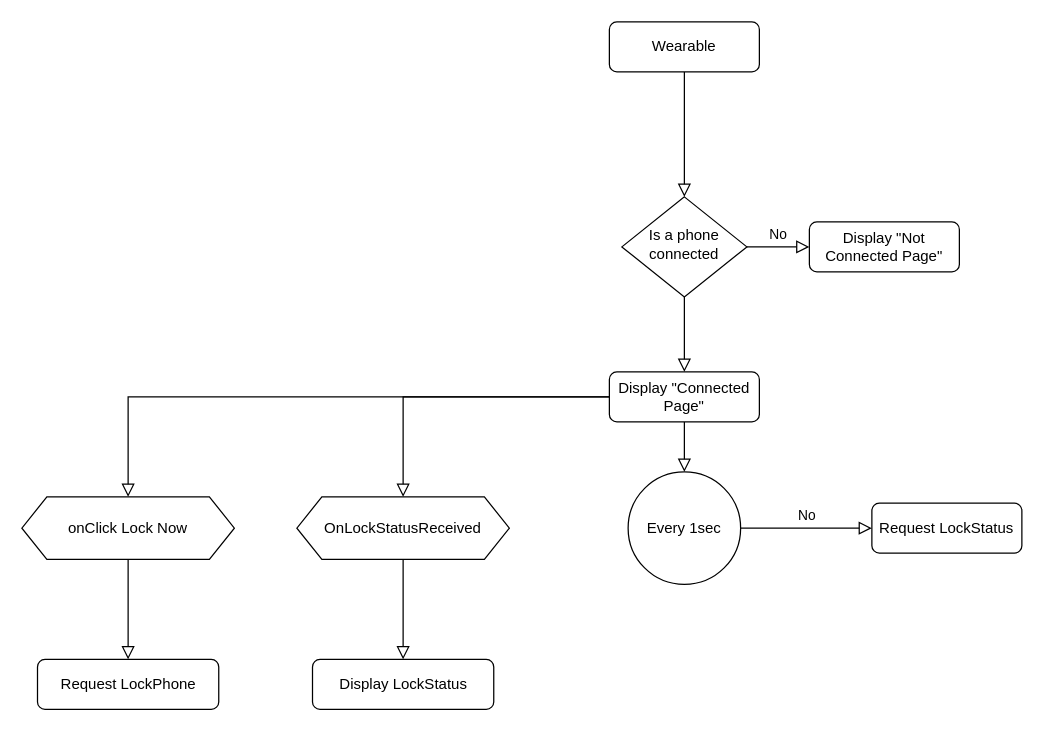
emilkrebs/WatchLock keeps this draw.io diagram as WatchLock.drawio. Above is the earlier version. Source tidied: cells renumbered, new cells numbered last; positions are measured from the earlier drawing's top-left corner, leaving out a move shared by most shapes. Both pictures are drawn from the tidied source at 125%, with x=0, y=0 at pixel (21, 21).
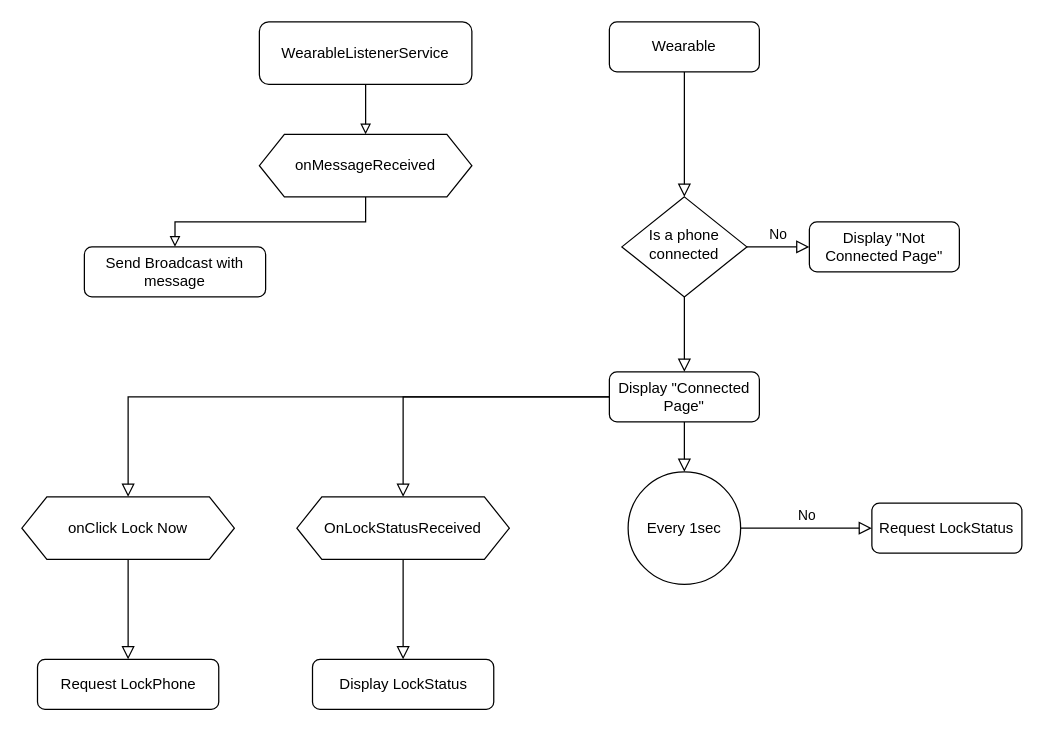
Above is the later version.

Change to the diagram source:
```diff
@@
+    <mxCell id="21" style="edgeStyle=orthogonalEdgeStyle;rounded=0;jettySize=auto;html=1;endArrow=block;endFill=0;" parent="1" edge="1" source="22" target="25">
+      <mxGeometry relative="1" as="geometry" />
+    </mxCell>
+    <mxCell id="22" value="onMessageReceived" style="shape=hexagon;perimeter=hexagonPerimeter2;whiteSpace=wrap;html=1;fixedSize=1;" parent="1" vertex="1">
+      <mxGeometry x="190" y="90" width="170" height="50" as="geometry" />
+    </mxCell>
+    <mxCell id="23" style="edgeStyle=orthogonalEdgeStyle;rounded=0;jettySize=auto;html=1;endArrow=block;endFill=0;" parent="1" edge="1" source="24" target="22">
+      <mxGeometry relative="1" as="geometry" />
+    </mxCell>
+    <mxCell id="24" value="WearableListenerService" style="rounded=1;whiteSpace=wrap;html=1;fontSize=12;glass=0;strokeWidth=1;shadow=0;" parent="1" vertex="1">
+      <mxGeometry x="190" width="170" height="50" as="geometry" />
+    </mxCell>
+    <mxCell id="25" value="&lt;div&gt;Send Broadcast with message&lt;/div&gt;" style="rounded=1;whiteSpace=wrap;html=1;fontSize=12;glass=0;strokeWidth=1;shadow=0;" parent="1" vertex="1">
+      <mxGeometry x="50" y="180" width="145" height="40" as="geometry" />
+    </mxCell>
```
